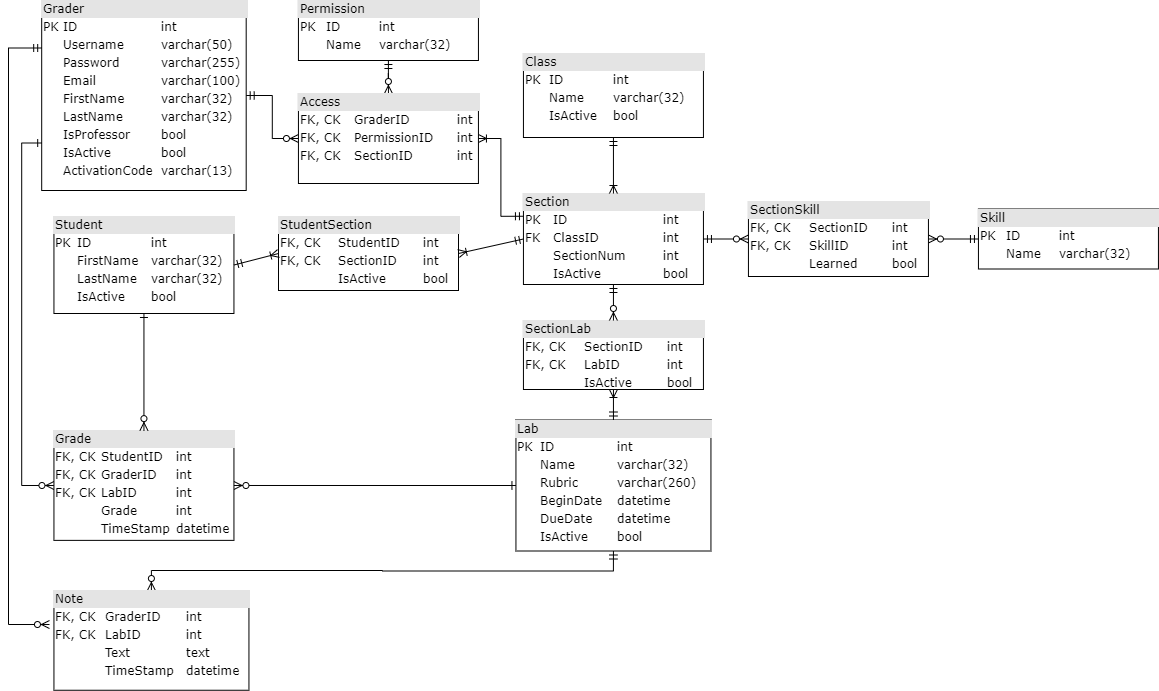
Earlier version of the draw.io export Database Schema and Scripts/SIGradingToolDatabaseDiagram.png (larissaford/Agile-Experience-5). Source tidied: cells renumbered, new cells last; positions are measured from the earlier drawing's top-left corner, leaving out a move shared by most shapes.
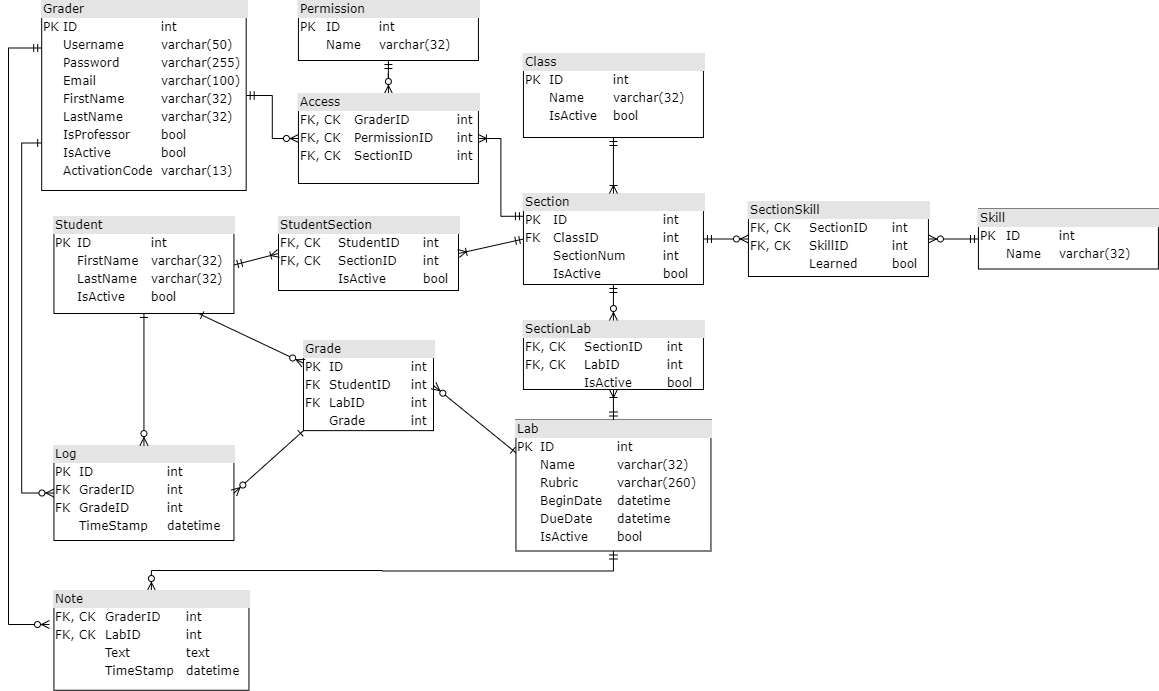
After the change.

What changed in the source:
```diff
@@ -67,10 +67,10 @@
     <mxCell id="21" style="edgeStyle=orthogonalEdgeStyle;rounded=0;jettySize=auto;html=1;startArrow=ERone;startFill=0;endArrow=ERzeroToMany;endFill=1;entryX=0;entryY=0.5;entryDx=0;entryDy=0;exitX=0;exitY=0.75;exitDx=0;exitDy=0;" parent="1" edge="1" source="7" target="22">
       <mxGeometry relative="1" as="geometry" />
     </mxCell>
-    <mxCell id="22" value="&lt;div style=&quot;box-sizing: border-box ; width: 100% ; background: #e4e4e4 ; padding: 2px&quot;&gt;Grade&lt;/div&gt;&lt;table style=&quot;width: 100% ; font-size: 1em&quot; cellpadding=&quot;2&quot; cellspacing=&quot;0&quot;&gt;&lt;tbody&gt;&lt;tr&gt;&lt;td&gt;FK, CK&lt;/td&gt;&lt;td&gt;StudentID&lt;/td&gt;&lt;td&gt;int&lt;/td&gt;&lt;/tr&gt;&lt;tr&gt;&lt;td&gt;FK, CK&lt;/td&gt;&lt;td&gt;GraderID&lt;/td&gt;&lt;td&gt;int&lt;br&gt;&lt;/td&gt;&lt;/tr&gt;&lt;tr&gt;&lt;td&gt;FK, CK&lt;/td&gt;&lt;td&gt;LabID&lt;/td&gt;&lt;td&gt;int&lt;/td&gt;&lt;/tr&gt;&lt;tr&gt;&lt;td&gt;&lt;br&gt;&lt;/td&gt;&lt;td&gt;Grade&lt;/td&gt;&lt;td&gt;int&lt;/td&gt;&lt;/tr&gt;&lt;tr&gt;&lt;td&gt;&lt;br&gt;&lt;/td&gt;&lt;td&gt;TimeStamp&lt;/td&gt;&lt;td&gt;datetime&lt;/td&gt;&lt;/tr&gt;&lt;/tbody&gt;&lt;/table&gt;" style="verticalAlign=top;align=left;overflow=fill;html=1;rounded=0;shadow=0;comic=0;labelBackgroundColor=none;strokeWidth=1;fontFamily=Verdana;fontSize=12;" parent="1" vertex="1">
-      <mxGeometry x="45.4" y="430.1" width="180" height="109.8" as="geometry" />
+    <mxCell id="22" value="&lt;div style=&quot;box-sizing: border-box ; width: 100% ; background: #e4e4e4 ; padding: 2px&quot;&gt;Log&lt;/div&gt;&lt;table style=&quot;width: 100% ; font-size: 1em&quot; cellpadding=&quot;2&quot; cellspacing=&quot;0&quot;&gt;&lt;tbody&gt;&lt;tr&gt;&lt;td&gt;PK&lt;/td&gt;&lt;td&gt;ID&lt;/td&gt;&lt;td&gt;int&lt;/td&gt;&lt;/tr&gt;&lt;tr&gt;&lt;td&gt;FK&lt;/td&gt;&lt;td&gt;GraderID&lt;/td&gt;&lt;td&gt;int&lt;br&gt;&lt;/td&gt;&lt;/tr&gt;&lt;tr&gt;&lt;td&gt;FK&lt;/td&gt;&lt;td&gt;GradeID&lt;/td&gt;&lt;td&gt;int&lt;/td&gt;&lt;/tr&gt;&lt;tr&gt;&lt;td&gt;&lt;br&gt;&lt;/td&gt;&lt;td&gt;TimeStamp&lt;/td&gt;&lt;td&gt;datetime&lt;/td&gt;&lt;/tr&gt;&lt;/tbody&gt;&lt;/table&gt;" style="verticalAlign=top;align=left;overflow=fill;html=1;rounded=0;shadow=0;comic=0;labelBackgroundColor=none;strokeWidth=1;fontFamily=Verdana;fontSize=12;" parent="1" vertex="1">
+      <mxGeometry x="45.4" y="445.1" width="180" height="94.9" as="geometry" />
     </mxCell>
-    <mxCell id="23" style="endArrow=ERzeroToMany;startArrow=ERone;html=1;startFill=0;endFill=1;exitX=0;exitY=0.5;exitDx=0;exitDy=0;entryX=1;entryY=0.5;entryDx=0;entryDy=0;" parent="1" edge="1" source="11" target="22">
+    <mxCell id="23" style="endArrow=ERzeroToMany;startArrow=ERone;html=1;startFill=0;endFill=1;exitX=0;exitY=1;exitDx=0;exitDy=0;entryX=1;entryY=0.5;entryDx=0;entryDy=0;" parent="1" edge="1" source="30" target="22">
       <mxGeometry relative="1" as="geometry" />
     </mxCell>
     <mxCell id="24" style="endArrow=ERzeroToMany;startArrow=ERone;html=1;startFill=0;endFill=1;exitX=0.5;exitY=1;exitDx=0;exitDy=0;entryX=0.5;entryY=0;entryDx=0;entryDy=0;" parent="1" edge="1" source="17" target="22">
@@ -91,5 +91,16 @@
     <mxCell id="29" value="&lt;div style=&quot;box-sizing: border-box ; width: 100% ; background: #e4e4e4 ; padding: 2px&quot;&gt;Access&lt;/div&gt;&lt;table style=&quot;width: 100% ; font-size: 1em&quot; cellpadding=&quot;2&quot; cellspacing=&quot;0&quot;&gt;&lt;tbody&gt;&lt;tr&gt;&lt;td&gt;FK, CK&lt;/td&gt;&lt;td&gt;GraderID&lt;/td&gt;&lt;td&gt;int&lt;/td&gt;&lt;/tr&gt;&lt;tr&gt;&lt;td&gt;FK, CK&lt;/td&gt;&lt;td&gt;PermissionID&lt;/td&gt;&lt;td&gt;int&lt;/td&gt;&lt;/tr&gt;&lt;tr&gt;&lt;td&gt;FK, CK&lt;/td&gt;&lt;td&gt;SectionID&lt;/td&gt;&lt;td&gt;int&lt;br&gt;&lt;/td&gt;&lt;/tr&gt;&lt;/tbody&gt;&lt;/table&gt;" style="verticalAlign=top;align=left;overflow=fill;html=1;rounded=0;shadow=0;comic=0;labelBackgroundColor=none;strokeWidth=1;fontFamily=Verdana;fontSize=12;" parent="1" vertex="1">
       <mxGeometry x="289.9" y="93" width="180" height="90" as="geometry" />
     </mxCell>
+    <mxCell id="30" value="&lt;div style=&quot;box-sizing: border-box ; width: 100% ; background: #e4e4e4 ; padding: 2px&quot;&gt;Grade&lt;/div&gt;&lt;table style=&quot;width: 100% ; font-size: 1em&quot; cellpadding=&quot;2&quot; cellspacing=&quot;0&quot;&gt;&lt;tbody&gt;&lt;tr&gt;&lt;td&gt;PK&lt;/td&gt;&lt;td&gt;ID&lt;/td&gt;&lt;td&gt;int&lt;/td&gt;&lt;/tr&gt;&lt;tr&gt;&lt;td&gt;FK&lt;/td&gt;&lt;td&gt;StudentID&lt;/td&gt;&lt;td&gt;int&lt;/td&gt;&lt;/tr&gt;&lt;tr&gt;&lt;td&gt;FK&lt;/td&gt;&lt;td&gt;LabID&lt;/td&gt;&lt;td&gt;int&lt;/td&gt;&lt;/tr&gt;&lt;tr&gt;&lt;td&gt;&lt;br&gt;&lt;/td&gt;&lt;td&gt;Grade&lt;/td&gt;&lt;td&gt;int&lt;/td&gt;&lt;/tr&gt;&lt;/tbody&gt;&lt;/table&gt;" style="verticalAlign=top;align=left;overflow=fill;html=1;rounded=0;shadow=0;comic=0;labelBackgroundColor=none;strokeWidth=1;fontFamily=Verdana;fontSize=12;" parent="1" vertex="1">
+      <mxGeometry x="295" y="340.1" width="130" height="90" as="geometry" />
+    </mxCell>
+    <mxCell id="31" style="endArrow=ERzeroToMany;startArrow=ERone;html=1;startFill=0;endFill=1;exitX=0;exitY=0.25;exitDx=0;exitDy=0;entryX=1;entryY=0.5;entryDx=0;entryDy=0;" parent="1" edge="1" source="11" target="30">
+      <mxGeometry relative="1" as="geometry" />
+    </mxCell>
+    <mxCell id="32" style="endArrow=ERzeroToMany;startArrow=ERone;html=1;startFill=0;endFill=1;exitX=0.5;exitY=1;exitDx=0;exitDy=0;entryX=0;entryY=0.25;entryDx=0;entryDy=0;" parent="1" edge="1" target="30">
+      <mxGeometry relative="1" as="geometry">
+        <mxPoint x="190" y="313" as="sourcePoint" />
+      </mxGeometry>
+    </mxCell>
   </root>
 </mxGraphModel>
```
